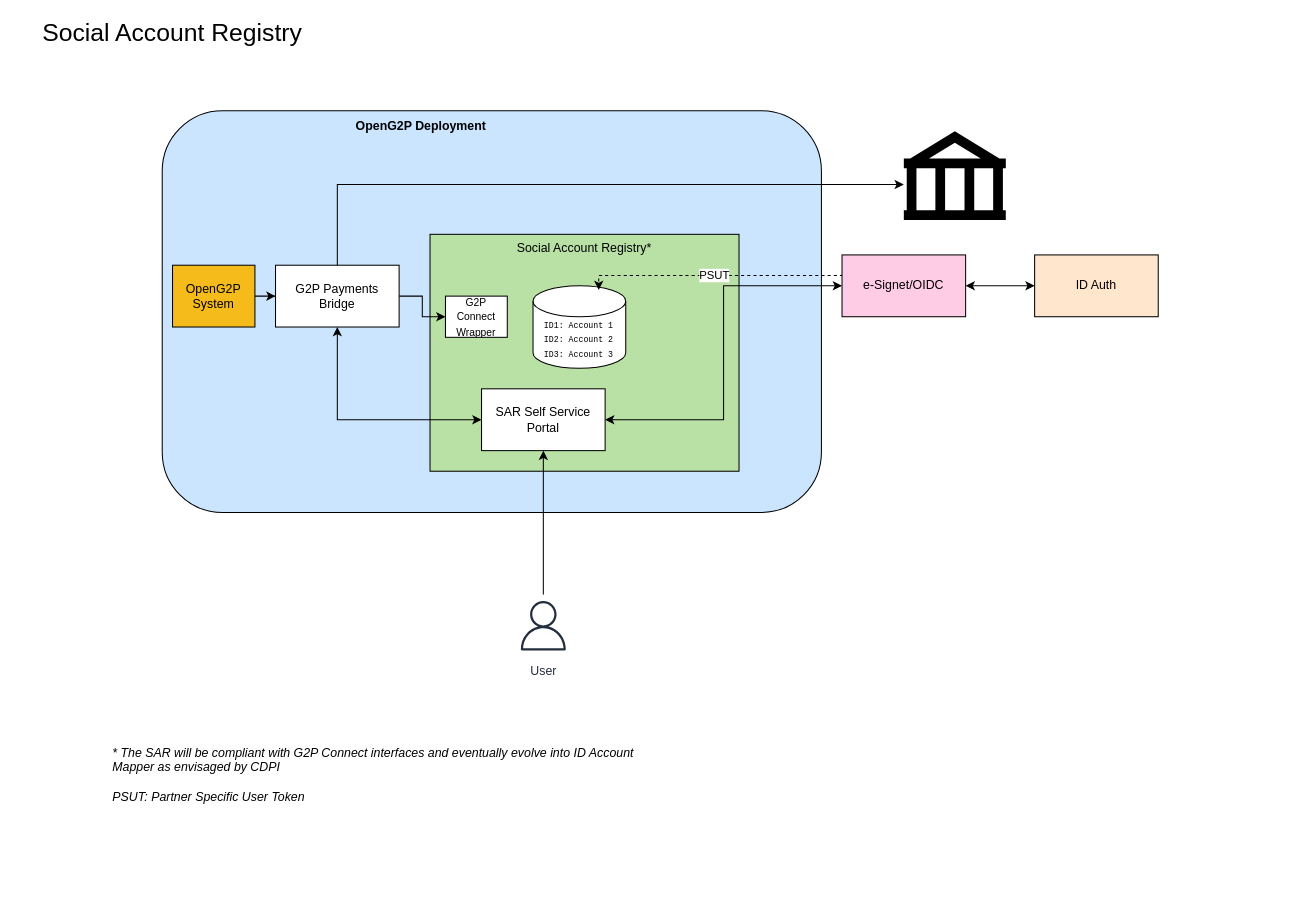
Before: .gitbook/assets/social-account-registry.drawio in OpenG2P/openg2p-documentation, a draw.io diagram. Source tidied: cells renumbered, new cells numbered last; positions are measured from the earlier drawing's top-left corner, leaving out a move shared by most shapes. Both pictures are drawn from the tidied source at 103%, with x=0, y=0 at pixel (18, 18).
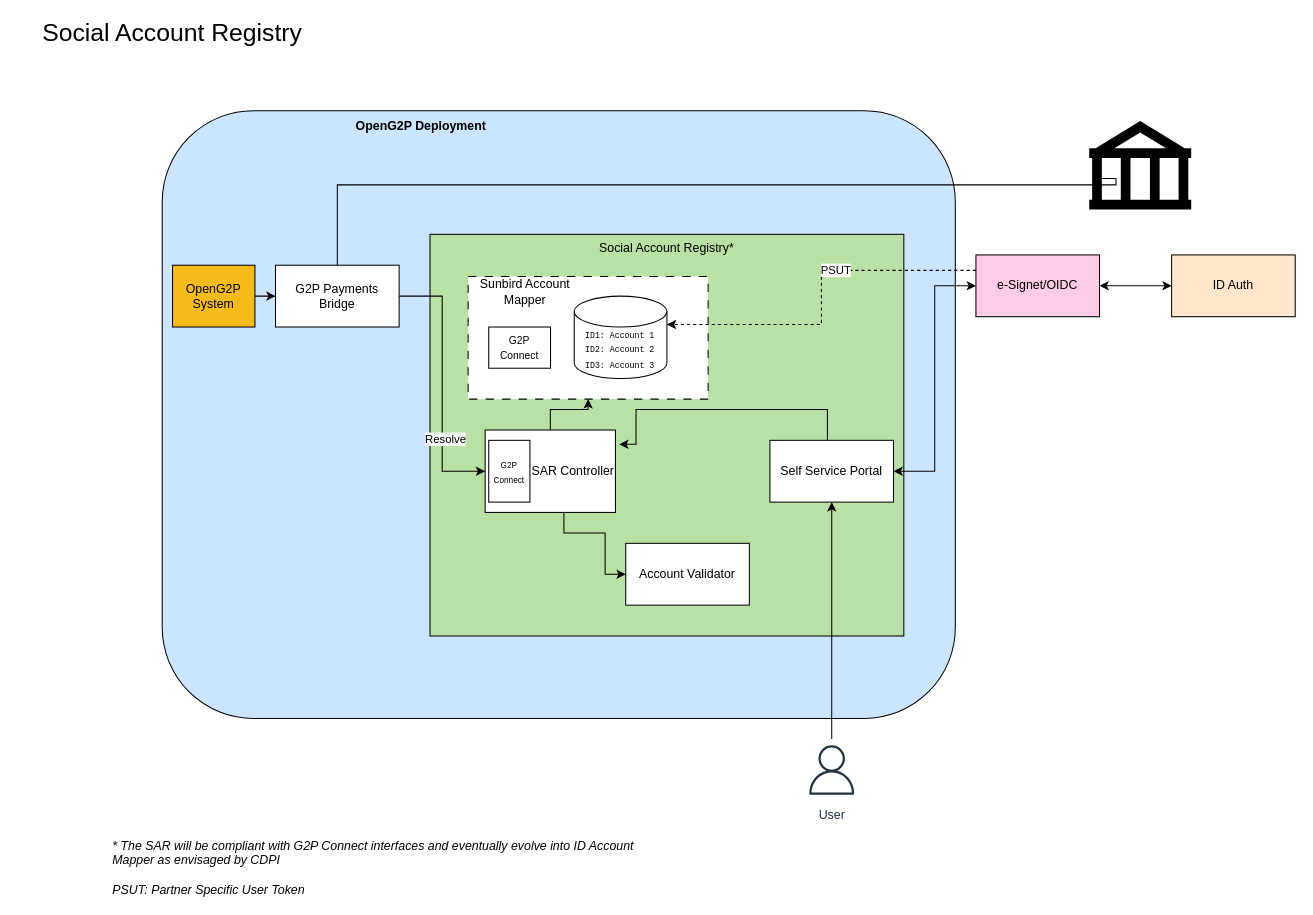
After the change.

Unchanged cells that the change refers to:
```xml
<mxCell id="10" value="G2P Payments Bridge" style="rounded=0;whiteSpace=wrap;html=1;" parent="1" vertex="1">
  <mxGeometry x="250" y="240" width="120" height="60" as="geometry" />
</mxCell>
```

Change to the diagram source:
```diff
@@
     <mxCell id="2" style="rounded=1;whiteSpace=wrap;html=1;align=left;fillColor=#CCE5FF;" parent="1" vertex="1">
-      <mxGeometry x="140" y="90" width="640" height="390" as="geometry" />
+      <mxGeometry x="140" y="90" width="770" height="590" as="geometry" />
     </mxCell>
     <mxCell id="3" value="Social Account Registry*" style="rounded=0;whiteSpace=wrap;html=1;verticalAlign=top;fillColor=#B9E0A5;" parent="1" vertex="1">
-      <mxGeometry x="400" y="210" width="300" height="230" as="geometry" />
+      <mxGeometry x="400" y="210" width="460" height="390" as="geometry" />
     </mxCell>
@@
+    <mxCell id="26" style="rounded=0;whiteSpace=wrap;html=1;dashed=1;dashPattern=8 8;" parent="1" vertex="1">
+      <mxGeometry x="437" y="251" width="233" height="119" as="geometry" />
+    </mxCell>
-    <mxCell id="8" style="edgeStyle=orthogonalEdgeStyle;rounded=0;jettySize=auto;html=1;exitX=1;exitY=0.5;exitDx=0;exitDy=0;entryX=0;entryY=0.5;entryDx=0;entryDy=0;" parent="1" edge="1" source="10" target="14">
+    <mxCell id="8" style="edgeStyle=orthogonalEdgeStyle;rounded=0;jettySize=auto;html=1;exitX=1;exitY=0.5;exitDx=0;exitDy=0;entryX=0;entryY=0.5;entryDx=0;entryDy=0;" parent="1" edge="1" source="10" target="35">
       <mxGeometry relative="1" as="geometry" />
     </mxCell>
+    <mxCell id="27" value="Resolve" style="edgeLabel;html=1;align=center;verticalAlign=middle;" parent="8" vertex="1">
+      <mxGeometry x="0.42" y="3" relative="1" as="geometry" />
+    </mxCell>
-    <mxCell id="9" style="edgeStyle=orthogonalEdgeStyle;rounded=0;orthogonalLoop=1;jettySize=auto;html=1;entryX=0;entryY=0.31;entryDx=0;entryDy=0;entryPerimeter=0;" parent="1" edge="1">
+    <mxCell id="9" style="edgeStyle=orthogonalEdgeStyle;rounded=0;jettySize=auto;html=1;entryX=0.03;entryY=0.65;entryDx=0;entryDy=0;entryPerimeter=0;" parent="1" edge="1" target="25">
       <mxGeometry relative="1" as="geometry">
         <mxPoint x="310" y="265" as="sourcePoint" />
-        <mxPoint x="860" y="161.7" as="targetPoint" />
         <Array as="points">
           <mxPoint x="310" y="162" />
+          <mxPoint x="1066" y="162" />
+          <mxPoint x="1066" y="156" />
         </Array>
       </mxGeometry>
     </mxCell>
@@
     <mxCell id="11" value="&lt;i&gt;* The SAR will be compliant with G2P Connect interfaces and eventually evolve into ID Account Mapper as envisaged by CDPI&amp;nbsp;&lt;br&gt;&lt;br&gt;PSUT: Partner Specific User Token&lt;br&gt;&lt;/i&gt;" style="text;html=1;strokeColor=none;fillColor=none;align=left;verticalAlign=middle;whiteSpace=wrap;rounded=0;" parent="1" vertex="1">
-      <mxGeometry x="90" y="720" width="540" height="30" as="geometry" />
+      <mxGeometry x="90" y="810" width="540" height="30" as="geometry" />
     </mxCell>
-    <mxCell id="12" style="shape=cylinder3;whiteSpace=wrap;html=1;boundedLbl=1;backgroundOutline=1;size=15;" parent="1" vertex="1">
-      <mxGeometry x="500" y="260" width="90" height="80" as="geometry" />
-    </mxCell>
-    <mxCell id="13" value="&lt;font face=&quot;Courier New&quot; style=&quot;font-size: 8px;&quot;&gt;ID1: Account 1&lt;br&gt;ID2: Account 2&lt;br&gt;ID3: Account 3&lt;br&gt;&amp;nbsp;&lt;/font&gt;" style="text;html=1;strokeColor=none;fillColor=none;align=left;verticalAlign=middle;whiteSpace=wrap;rounded=0;" parent="1" vertex="1">
-      <mxGeometry x="509" y="303" width="80" height="30" as="geometry" />
-    </mxCell>
-    <mxCell id="14" value="&lt;font style=&quot;font-size: 10px;&quot;&gt;G2P Connect Wrapper&lt;/font&gt;" style="rounded=0;whiteSpace=wrap;html=1;" parent="1" vertex="1">
-      <mxGeometry x="415" y="270" width="60" height="40" as="geometry" />
+    <mxCell id="14" value="&lt;font style=&quot;font-size: 10px;&quot;&gt;G2P Connect&lt;/font&gt;" style="rounded=0;whiteSpace=wrap;html=1;" parent="1" vertex="1">
+      <mxGeometry x="457" y="300" width="60" height="40" as="geometry" />
     </mxCell>
     <mxCell id="15" style="edgeStyle=orthogonalEdgeStyle;rounded=0;jettySize=auto;html=1;exitX=1;exitY=0.5;exitDx=0;exitDy=0;entryX=0;entryY=0.5;entryDx=0;entryDy=0;startArrow=classic;startFill=1;" parent="1" edge="1" source="17" target="21">
-      <mxGeometry relative="1" as="geometry" />
+      <mxGeometry relative="1" as="geometry">
+        <Array as="points">
+          <mxPoint x="890" y="440" />
+          <mxPoint x="890" y="260" />
+        </Array>
+      </mxGeometry>
     </mxCell>
-    <mxCell id="16" style="edgeStyle=orthogonalEdgeStyle;rounded=0;jettySize=auto;html=1;entryX=0.5;entryY=1;entryDx=0;entryDy=0;startArrow=classic;startFill=1;" parent="1" edge="1" source="17" target="10">
-      <mxGeometry relative="1" as="geometry" />
-    </mxCell>
-    <mxCell id="17" value="SAR Self Service Portal" style="rounded=0;whiteSpace=wrap;html=1;" parent="1" vertex="1">
-      <mxGeometry x="450" y="360" width="120" height="60" as="geometry" />
+    <mxCell id="17" value="Self Service Portal" style="rounded=0;whiteSpace=wrap;html=1;" parent="1" vertex="1">
+      <mxGeometry x="730" y="410" width="120" height="60" as="geometry" />
     </mxCell>
@@
-    <mxCell id="19" style="edgeStyle=orthogonalEdgeStyle;rounded=0;orthogonalLoop=1;jettySize=auto;html=1;exitX=0;exitY=0.25;exitDx=0;exitDy=0;entryX=0.709;entryY=0;entryDx=0;entryDy=0;entryPerimeter=0;dashed=1;" parent="1" edge="1">
-      <mxGeometry relative="1" as="geometry">
-        <mxPoint x="800" y="249" as="sourcePoint" />
-        <mxPoint x="563.8" y="264" as="targetPoint" />
-        <Array as="points">
-          <mxPoint x="800" y="250" />
-          <mxPoint x="564" y="250" />
-        </Array>
-      </mxGeometry>
-    </mxCell>
+    <mxCell id="28" style="edgeStyle=orthogonalEdgeStyle;rounded=0;jettySize=auto;html=1;exitX=0;exitY=0.25;exitDx=0;exitDy=0;entryX=1;entryY=0;entryDx=0;entryDy=27.5;entryPerimeter=0;dashed=1;" parent="1" edge="1" source="21" target="12">
+      <mxGeometry relative="1" as="geometry" />
+    </mxCell>
-    <mxCell id="20" value="PSUT" style="edgeLabel;html=1;align=center;verticalAlign=middle;" parent="19" vertex="1">
-      <mxGeometry y="-1" relative="1" as="geometry" />
+    <mxCell id="20" value="PSUT" style="edgeLabel;html=1;align=center;verticalAlign=middle;" parent="28" vertex="1">
+      <mxGeometry x="-0.22" y="-1" relative="1" as="geometry" />
     </mxCell>
     <mxCell id="21" value="e-Signet/OIDC" style="rounded=0;whiteSpace=wrap;html=1;fillColor=#FFCCE6;" parent="1" vertex="1">
-      <mxGeometry x="800" y="230" width="120" height="60" as="geometry" />
+      <mxGeometry x="930" y="230" width="120" height="60" as="geometry" />
     </mxCell>
     <mxCell id="22" value="ID Auth" style="rounded=0;whiteSpace=wrap;html=1;fillColor=#FFE6CC;" parent="1" vertex="1">
-      <mxGeometry x="987" y="230" width="120" height="60" as="geometry" />
+      <mxGeometry x="1120" y="230" width="120" height="60" as="geometry" />
     </mxCell>
@@
     <mxCell id="24" value="User" style="sketch=0;outlineConnect=0;fontColor=#232F3E;gradientColor=none;strokeColor=#232F3E;fillColor=#ffffff;dashed=0;verticalLabelPosition=bottom;verticalAlign=top;align=center;html=1;fontSize=12;fontStyle=0;shape=mxgraph.aws4.resourceIcon;resIcon=mxgraph.aws4.user;" parent="1" vertex="1">
-      <mxGeometry x="480" y="560" width="60" height="60" as="geometry" />
+      <mxGeometry x="760" y="700" width="60" height="60" as="geometry" />
     </mxCell>
     <mxCell id="25" style="shape=mxgraph.signs.travel.bank;html=1;fillColor=#000000;strokeColor=none;verticalLabelPosition=bottom;verticalAlign=top;align=center;" parent="1" vertex="1">
-      <mxGeometry x="860" y="110" width="99" height="86" as="geometry" />
+      <mxGeometry x="1040" y="100" width="99" height="86" as="geometry" />
     </mxCell>
+    <mxCell id="29" value="Sunbird Account Mapper" style="text;html=1;strokeColor=none;fillColor=none;align=center;verticalAlign=middle;whiteSpace=wrap;rounded=0;" parent="1" vertex="1">
+      <mxGeometry x="441" y="251" width="103" height="30" as="geometry" />
+    </mxCell>
+    <mxCell id="30" style="group;" parent="1" vertex="1">
+      <mxGeometry x="540" y="270" width="90" height="80" as="geometry" />
+    </mxCell>
+    <mxCell id="12" style="shape=cylinder3;whiteSpace=wrap;html=1;boundedLbl=1;backgroundOutline=1;size=15;" parent="30" vertex="1">
+      <mxGeometry width="90" height="80" as="geometry" />
+    </mxCell>
+    <mxCell id="13" value="&lt;font face=&quot;Courier New&quot; style=&quot;font-size: 8px;&quot;&gt;ID1: Account 1&lt;br&gt;ID2: Account 2&lt;br&gt;ID3: Account 3&lt;br&gt;&amp;nbsp;&lt;/font&gt;" style="text;html=1;strokeColor=none;fillColor=none;align=left;verticalAlign=middle;whiteSpace=wrap;rounded=0;" parent="30" vertex="1">
+      <mxGeometry x="9" y="43" width="80" height="30" as="geometry" />
+    </mxCell>
+    <mxCell id="31" value="Account Validator" style="rounded=0;whiteSpace=wrap;html=1;" parent="1" vertex="1">
+      <mxGeometry x="590" y="510" width="120" height="60" as="geometry" />
+    </mxCell>
+    <mxCell id="32" style="edgeStyle=orthogonalEdgeStyle;rounded=0;jettySize=auto;html=1;entryX=0.5;entryY=1;entryDx=0;entryDy=0;" parent="1" edge="1" source="35" target="26">
+      <mxGeometry relative="1" as="geometry" />
+    </mxCell>
+    <mxCell id="33" style="edgeStyle=orthogonalEdgeStyle;rounded=0;jettySize=auto;html=1;exitX=1.029;exitY=0.174;exitDx=0;exitDy=0;entryX=0.5;entryY=0;entryDx=0;entryDy=0;endArrow=none;endFill=0;startArrow=classic;startFill=1;exitPerimeter=0;" parent="1" edge="1" source="35">
+      <mxGeometry relative="1" as="geometry">
+        <mxPoint x="785.8" y="410" as="targetPoint" />
+        <Array as="points">
+          <mxPoint x="600" y="414" />
+          <mxPoint x="600" y="380" />
+          <mxPoint x="786" y="380" />
+        </Array>
+      </mxGeometry>
+    </mxCell>
+    <mxCell id="34" style="edgeStyle=orthogonalEdgeStyle;rounded=0;jettySize=auto;html=1;entryX=0;entryY=0.5;entryDx=0;entryDy=0;" parent="1" edge="1" source="35" target="31">
+      <mxGeometry relative="1" as="geometry">
+        <Array as="points">
+          <mxPoint x="530" y="500" />
+          <mxPoint x="570" y="500" />
+          <mxPoint x="570" y="540" />
+        </Array>
+      </mxGeometry>
+    </mxCell>
+    <mxCell id="35" value="SAR Controller" style="rounded=0;whiteSpace=wrap;html=1;align=right;" parent="1" vertex="1">
+      <mxGeometry x="453.5" y="400" width="126.5" height="80" as="geometry" />
+    </mxCell>
+    <mxCell id="36" value="&lt;font style=&quot;font-size: 8px;&quot;&gt;G2P Connect&lt;/font&gt;" style="rounded=0;whiteSpace=wrap;html=1;" parent="1" vertex="1">
+      <mxGeometry x="457" y="410" width="40" height="60" as="geometry" />
+    </mxCell>
```
